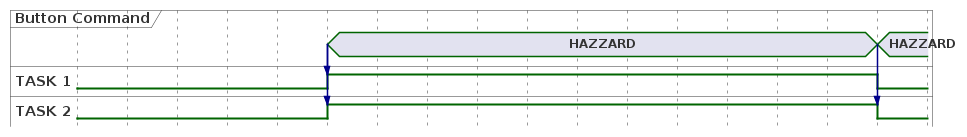
The PlantUML diagram puml/png/step_3.png in cygni/cts2023-turn-cygnicator, before a commit.
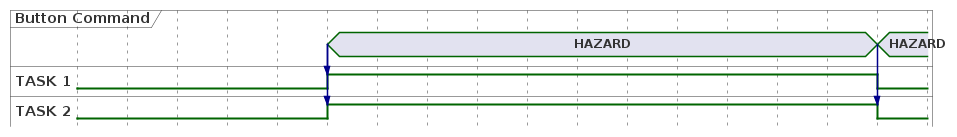
The same file after the commit.

Diff of the diagram source:
```diff
@@ -10,7 +10,7 @@
 t2 is IDLE
 
 @50
-button is "HAZZARD"
+button is "HAZARD"
 button -> t1
 button -> t2
 t1 is HIGH
@@ -18,7 +18,7 @@
 
 
 @160
-button is "HAZZARD"
+button is "HAZARD"
 button -> t2
 t1 is LOW
 t2 is LOW
```
